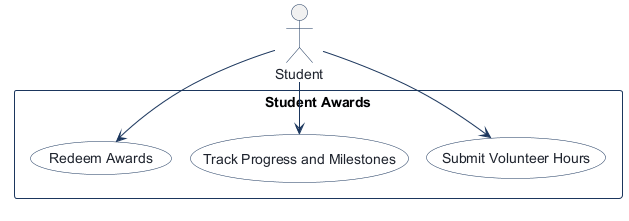
Above: docs/diagrams/use-case.png in Dar1ancpp/comp3613a1 (PlantUML), before the change. Source of this version:
```plantuml
@startuml
!pragma layout smetana
!pragma layout smetana
skinparam shadowing false
skinparam actorBorderColor #1B365D
skinparam actorFontColor #1E232D
skinparam usecaseBackgroundColor #FFFFFF
skinparam usecaseBorderColor #1B365D
skinparam usecaseFontColor #1E232D
skinparam rectangleBorderColor #1B365D
skinparam rectangleBackgroundColor #F8FAFC
skinparam arrowColor #1B365D

actor "Student" as Student

rectangle "Student Awards" {
  usecase "Submit Volunteer Hours" as Submit_Volunteer_Hours
  usecase "Track Progress and Milestones" as Track_Progress_and_Milestones
  usecase "Redeem Awards" as Redeem_Awards
}

Student --> Submit_Volunteer_Hours
Student --> Track_Progress_and_Milestones
Student --> Redeem_Awards

@enduml
```
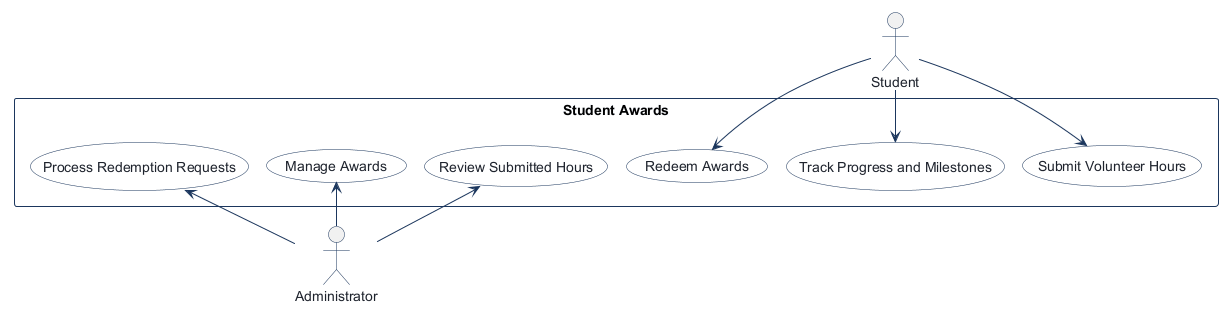
Later version of the same file.

Commit message:
Refined Use Case Diagram and Finalize Phase 2

The edit, as a diff of the source:
```diff
@@ -17,10 +17,18 @@
   usecase "Submit Volunteer Hours" as Submit_Volunteer_Hours
   usecase "Track Progress and Milestones" as Track_Progress_and_Milestones
   usecase "Redeem Awards" as Redeem_Awards
+  usecase "Review Submitted Hours" as Review_Submitted_Hours
+  usecase "Manage Awards" as Manage_Awards
+  usecase "Process Redemption Requests" as Process_Redemption_Requests
 }
+
+actor "Administrator" as Administrator
 
 Student --> Submit_Volunteer_Hours
 Student --> Track_Progress_and_Milestones
 Student --> Redeem_Awards
+Review_Submitted_Hours <-- Administrator
+Manage_Awards <-- Administrator
+Process_Redemption_Requests <-- Administrator
 
 @enduml
```
